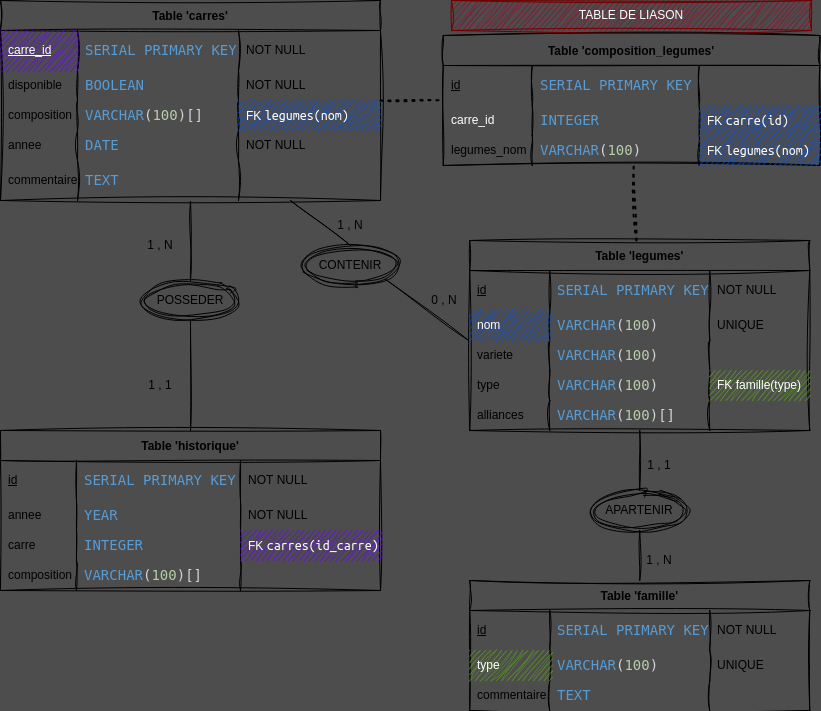
The draw.io diagram SCHEMA/MDC.png in Loic-Dubrion/jardin, before a commit. Source tidied: cells renumbered, new cells last; positions are measured from the earlier drawing's top-left corner, leaving out a move shared by most shapes.
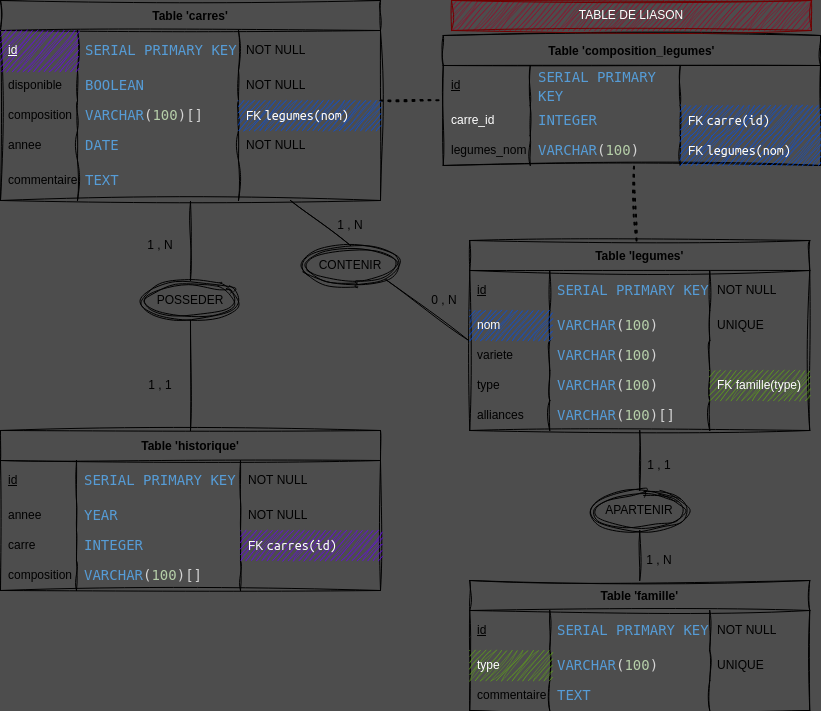
Above is the later version.

Commit message:
modif schema

Diff of the diagram source:
```diff
@@ -8,7 +8,7 @@
     <mxCell id="3" style="shape=tableRow;horizontal=0;startSize=0;swimlaneHead=0;swimlaneBody=0;top=0;left=0;bottom=0;right=0;fillColor=none;sketch=1;curveFitting=1;jiggle=2;" parent="2" vertex="1">
       <mxGeometry y="30" width="380" height="40" as="geometry" />
     </mxCell>
-    <mxCell id="4" value="&lt;u&gt;carre_id&lt;/u&gt;" style="shape=partialRectangle;html=1;whiteSpace=wrap;fillColor=#6a00ff;top=0;left=0;bottom=0;right=0;align=left;spacingLeft=6;overflow=hidden;fontColor=#ffffff;strokeColor=#3700CC;sketch=1;curveFitting=1;jiggle=2;" parent="3" vertex="1">
+    <mxCell id="4" value="&lt;u&gt;id&lt;/u&gt;" style="shape=partialRectangle;html=1;whiteSpace=wrap;fillColor=#6a00ff;top=0;left=0;bottom=0;right=0;align=left;spacingLeft=6;overflow=hidden;fontColor=#ffffff;strokeColor=#3700CC;sketch=1;curveFitting=1;jiggle=2;" parent="3" vertex="1">
       <mxGeometry width="77" height="40" as="geometry" />
     </mxCell>
     <mxCell id="5" value="&lt;div style=&quot;color: rgb(212, 212, 212); font-family: &amp;quot;Droid Sans Mono&amp;quot;, &amp;quot;monospace&amp;quot;, monospace; font-size: 14px; line-height: 19px;&quot;&gt;&lt;span style=&quot;color: #569cd6;&quot;&gt;SERIAL&lt;/span&gt; &lt;span style=&quot;color: #569cd6;&quot;&gt;PRIMARY KEY&lt;/span&gt;&lt;/div&gt;" style="shape=partialRectangle;html=1;whiteSpace=wrap;fillColor=none;top=0;left=0;bottom=0;right=0;align=left;spacingLeft=6;overflow=hidden;sketch=1;curveFitting=1;jiggle=2;labelBackgroundColor=none;" parent="3" vertex="1">
@@ -101,7 +101,7 @@
     <mxCell id="34" value="&lt;span style=&quot;color: rgb(86, 156, 214); font-family: &amp;quot;Droid Sans Mono&amp;quot;, &amp;quot;monospace&amp;quot;, monospace; font-size: 14px; font-style: normal; font-variant-ligatures: normal; font-variant-caps: normal; font-weight: 400; letter-spacing: normal; orphans: 2; text-align: left; text-indent: 0px; text-transform: none; widows: 2; word-spacing: 0px; -webkit-text-stroke-width: 0px; text-decoration-thickness: initial; text-decoration-style: initial; text-decoration-color: initial; float: none; display: inline !important;&quot;&gt;INTEGER&lt;/span&gt;" style="shape=partialRectangle;html=1;whiteSpace=wrap;top=0;left=0;bottom=0;right=0;align=left;spacingLeft=6;overflow=hidden;fillColor=none;sketch=1;curveFitting=1;jiggle=2;labelBackgroundColor=none;" parent="32" vertex="1">
       <mxGeometry x="76" width="164" height="30" as="geometry" />
     </mxCell>
-    <mxCell id="35" value="FK&amp;nbsp;&lt;span style=&quot;color: rgb(255, 255, 255); font-family: &amp;quot;Söhne Mono&amp;quot;, Monaco, &amp;quot;Andale Mono&amp;quot;, &amp;quot;Ubuntu Mono&amp;quot;, monospace; font-size: 14px;&quot;&gt;carres(id_carre)&lt;/span&gt;" style="shape=partialRectangle;html=1;whiteSpace=wrap;fillColor=#6a00ff;top=0;left=0;bottom=0;right=0;align=left;spacingLeft=6;overflow=hidden;fontColor=#ffffff;strokeColor=#3700CC;sketch=1;curveFitting=1;jiggle=2;" parent="32" vertex="1">
+    <mxCell id="35" value="FK&amp;nbsp;&lt;span style=&quot;color: rgb(255, 255, 255); font-family: &amp;quot;Söhne Mono&amp;quot;, Monaco, &amp;quot;Andale Mono&amp;quot;, &amp;quot;Ubuntu Mono&amp;quot;, monospace; font-size: 14px;&quot;&gt;carres(id)&lt;/span&gt;" style="shape=partialRectangle;html=1;whiteSpace=wrap;fillColor=#6a00ff;top=0;left=0;bottom=0;right=0;align=left;spacingLeft=6;overflow=hidden;fontColor=#ffffff;strokeColor=#3700CC;sketch=1;curveFitting=1;jiggle=2;" parent="32" vertex="1">
       <mxGeometry x="240" width="140" height="30" as="geometry" />
     </mxCell>
     <mxCell id="36" style="shape=tableRow;horizontal=0;startSize=0;swimlaneHead=0;swimlaneBody=0;top=0;left=0;bottom=0;right=0;fillColor=none;sketch=1;curveFitting=1;jiggle=2;" parent="23" vertex="1">
@@ -266,43 +266,43 @@
       <mxGeometry x="320" y="210" width="60" height="30" as="geometry" />
     </mxCell>
     <mxCell id="89" value="Table 'composition_legumes'" style="shape=table;startSize=30;rowLines=0;fontStyle=1;sketch=1;curveFitting=1;jiggle=2;fillColor=none;" parent="1" vertex="1">
-      <mxGeometry x="442.8" y="35" width="376.5" height="130" as="geometry" />
+      <mxGeometry x="442.8" y="35" width="377.2" height="130" as="geometry" />
     </mxCell>
     <mxCell id="90" style="shape=tableRow;horizontal=0;startSize=0;swimlaneHead=0;swimlaneBody=0;top=0;left=0;bottom=0;right=0;fillColor=none;sketch=1;curveFitting=1;jiggle=2;" parent="89" vertex="1">
-      <mxGeometry y="30" width="376.5" height="40" as="geometry" />
+      <mxGeometry y="30" width="377.2" height="40" as="geometry" />
     </mxCell>
     <mxCell id="91" value="&lt;u&gt;id&lt;/u&gt;" style="shape=partialRectangle;html=1;whiteSpace=wrap;fillColor=none;top=0;left=0;bottom=0;right=0;align=left;spacingLeft=6;overflow=hidden;sketch=1;curveFitting=1;jiggle=2;" parent="90" vertex="1">
-      <mxGeometry width="89" height="40" as="geometry" />
+      <mxGeometry width="87" height="40" as="geometry" />
     </mxCell>
     <mxCell id="92" value="&lt;div style=&quot;color: rgb(212, 212, 212); font-family: &amp;quot;Droid Sans Mono&amp;quot;, &amp;quot;monospace&amp;quot;, monospace; font-size: 14px; line-height: 19px;&quot;&gt;&lt;span style=&quot;color: #569cd6;&quot;&gt;SERIAL&lt;/span&gt; &lt;span style=&quot;color: #569cd6;&quot;&gt;PRIMARY KEY&lt;/span&gt;&lt;/div&gt;" style="shape=partialRectangle;html=1;whiteSpace=wrap;fillColor=none;top=0;left=0;bottom=0;right=0;align=left;spacingLeft=6;overflow=hidden;sketch=1;curveFitting=1;jiggle=2;labelBackgroundColor=none;" parent="90" vertex="1">
-      <mxGeometry x="89" width="167" height="40" as="geometry" />
+      <mxGeometry x="87" width="150" height="40" as="geometry" />
     </mxCell>
     <mxCell id="93" style="shape=partialRectangle;html=1;whiteSpace=wrap;fillColor=none;top=0;left=0;bottom=0;right=0;align=left;spacingLeft=6;overflow=hidden;sketch=1;curveFitting=1;jiggle=2;" parent="90" vertex="1">
-      <mxGeometry x="256" width="121" height="40" as="geometry" />
+      <mxGeometry x="237" width="140" height="40" as="geometry" />
     </mxCell>
     <mxCell id="94" style="shape=tableRow;horizontal=0;startSize=0;swimlaneHead=0;swimlaneBody=0;top=0;left=0;bottom=0;right=0;fillColor=none;sketch=1;curveFitting=1;jiggle=2;" parent="89" vertex="1">
-      <mxGeometry y="70" width="376.5" height="30" as="geometry" />
+      <mxGeometry y="70" width="377.2" height="30" as="geometry" />
     </mxCell>
     <mxCell id="95" value="carre_id" style="shape=partialRectangle;html=1;whiteSpace=wrap;fillColor=none;top=0;left=0;bottom=0;right=0;align=left;spacingLeft=6;overflow=hidden;fontColor=#ffffff;strokeColor=#001DBC;sketch=1;curveFitting=1;jiggle=2;" parent="94" vertex="1">
-      <mxGeometry width="89" height="30" as="geometry" />
+      <mxGeometry width="87" height="30" as="geometry" />
     </mxCell>
     <mxCell id="96" value="&lt;div style=&quot;font-family: &amp;quot;Droid Sans Mono&amp;quot;, &amp;quot;monospace&amp;quot;, monospace; font-size: 14px; line-height: 19px;&quot;&gt;&lt;font color=&quot;#569cd6&quot;&gt;INTEGER&lt;/font&gt;&lt;/div&gt;" style="shape=partialRectangle;html=1;whiteSpace=wrap;fillColor=none;top=0;left=0;bottom=0;right=0;align=left;spacingLeft=6;overflow=hidden;sketch=1;curveFitting=1;jiggle=2;labelBackgroundColor=none;" parent="94" vertex="1">
-      <mxGeometry x="89" width="167" height="30" as="geometry" />
+      <mxGeometry x="87" width="150" height="30" as="geometry" />
     </mxCell>
     <mxCell id="97" value="&lt;span style=&quot;color: rgb(255, 255, 255);&quot;&gt;FK&amp;nbsp;&lt;/span&gt;&lt;span style=&quot;color: rgb(255, 255, 255); font-family: &amp;quot;Söhne Mono&amp;quot;, Monaco, &amp;quot;Andale Mono&amp;quot;, &amp;quot;Ubuntu Mono&amp;quot;, monospace; font-size: 14px;&quot;&gt;carre(id)&lt;/span&gt;" style="shape=partialRectangle;html=1;whiteSpace=wrap;fillColor=#0050ef;top=0;left=0;bottom=0;right=0;align=left;spacingLeft=6;overflow=hidden;fontColor=#ffffff;strokeColor=#001DBC;sketch=1;curveFitting=1;jiggle=2;" parent="94" vertex="1">
-      <mxGeometry x="256" width="121" height="30" as="geometry" />
+      <mxGeometry x="237" width="140" height="30" as="geometry" />
     </mxCell>
     <mxCell id="98" style="shape=tableRow;horizontal=0;startSize=0;swimlaneHead=0;swimlaneBody=0;top=0;left=0;bottom=0;right=0;fillColor=none;sketch=1;curveFitting=1;jiggle=2;" parent="89" vertex="1">
-      <mxGeometry y="100" width="376.5" height="30" as="geometry" />
+      <mxGeometry y="100" width="377.2" height="30" as="geometry" />
     </mxCell>
     <mxCell id="99" value="legumes_nom" style="shape=partialRectangle;html=1;whiteSpace=wrap;fillColor=none;top=0;left=0;bottom=0;right=0;align=left;spacingLeft=6;overflow=hidden;sketch=1;curveFitting=1;jiggle=2;" parent="98" vertex="1">
-      <mxGeometry width="89" height="30" as="geometry" />
+      <mxGeometry width="87" height="30" as="geometry" />
     </mxCell>
     <mxCell id="100" value="&lt;div style=&quot;color: rgb(212, 212, 212); font-family: &amp;quot;Droid Sans Mono&amp;quot;, &amp;quot;monospace&amp;quot;, monospace; font-size: 14px; line-height: 19px;&quot;&gt;&lt;span style=&quot;color: #569cd6;&quot;&gt;VARCHAR&lt;/span&gt;(&lt;span style=&quot;color: #b5cea8;&quot;&gt;100&lt;/span&gt;)&lt;/div&gt;" style="shape=partialRectangle;html=1;whiteSpace=wrap;fillColor=none;top=0;left=0;bottom=0;right=0;align=left;spacingLeft=6;overflow=hidden;sketch=1;curveFitting=1;jiggle=2;labelBackgroundColor=none;" parent="98" vertex="1">
-      <mxGeometry x="89" width="167" height="30" as="geometry" />
+      <mxGeometry x="87" width="150" height="30" as="geometry" />
     </mxCell>
     <mxCell id="101" value="&lt;span style=&quot;color: rgb(255, 255, 255);&quot;&gt;FK&amp;nbsp;&lt;/span&gt;&lt;span style=&quot;color: rgb(255, 255, 255); font-family: &amp;quot;Söhne Mono&amp;quot;, Monaco, &amp;quot;Andale Mono&amp;quot;, &amp;quot;Ubuntu Mono&amp;quot;, monospace; font-size: 14px;&quot;&gt;legumes(nom)&lt;/span&gt;" style="shape=partialRectangle;html=1;whiteSpace=wrap;fillColor=#0050ef;top=0;left=0;bottom=0;right=0;align=left;spacingLeft=6;overflow=hidden;fontColor=#ffffff;strokeColor=#001DBC;sketch=1;curveFitting=1;jiggle=2;" parent="98" vertex="1">
-      <mxGeometry x="256" width="121" height="30" as="geometry" />
+      <mxGeometry x="237" width="140" height="30" as="geometry" />
     </mxCell>
     <mxCell id="102" value="TABLE DE LIASON" style="text;html=1;strokeColor=#6F0000;fillColor=#a20025;align=center;verticalAlign=middle;whiteSpace=wrap;rounded=0;labelBackgroundColor=none;fontColor=#ffffff;sketch=1;curveFitting=1;jiggle=2;" parent="1" vertex="1">
       <mxGeometry x="451" width="360" height="30" as="geometry" />
```
